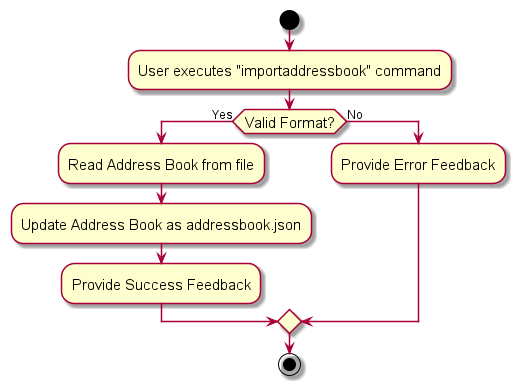
The PlantUML diagram docs/images/AddressBookImportActivityDiagram.png in nus-cs2103-AY2324S1/tp, before a commit.
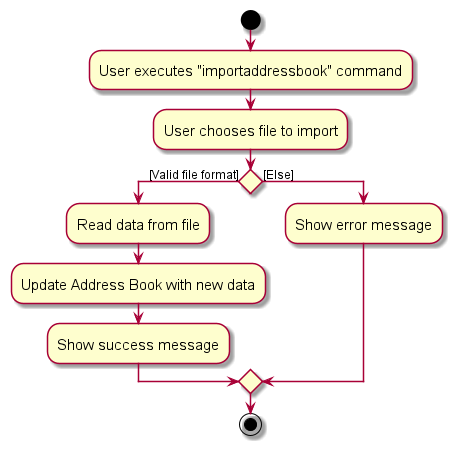
After the change.

Commit message:
Fix activity diagram

What changed in the source:
```diff
@@ -4,13 +4,14 @@
 skinparam ArrowFontSize 12
 start
 :User executes "importaddressbook" command;
+:User chooses file to import;
 
-if (Valid Format?) then (Yes)
-    :Read Address Book from file;
-    :Update Address Book as addressbook.json;
-    :Provide Success Feedback;
-else (No)
-    :Provide Error Feedback;
+if () then ([Valid file format])
+    :Read data from file;
+    :Update Address Book with new data;
+    :Show success message;
+else ([Else])
+    :Show error message;
 endif
 
 stop
```
